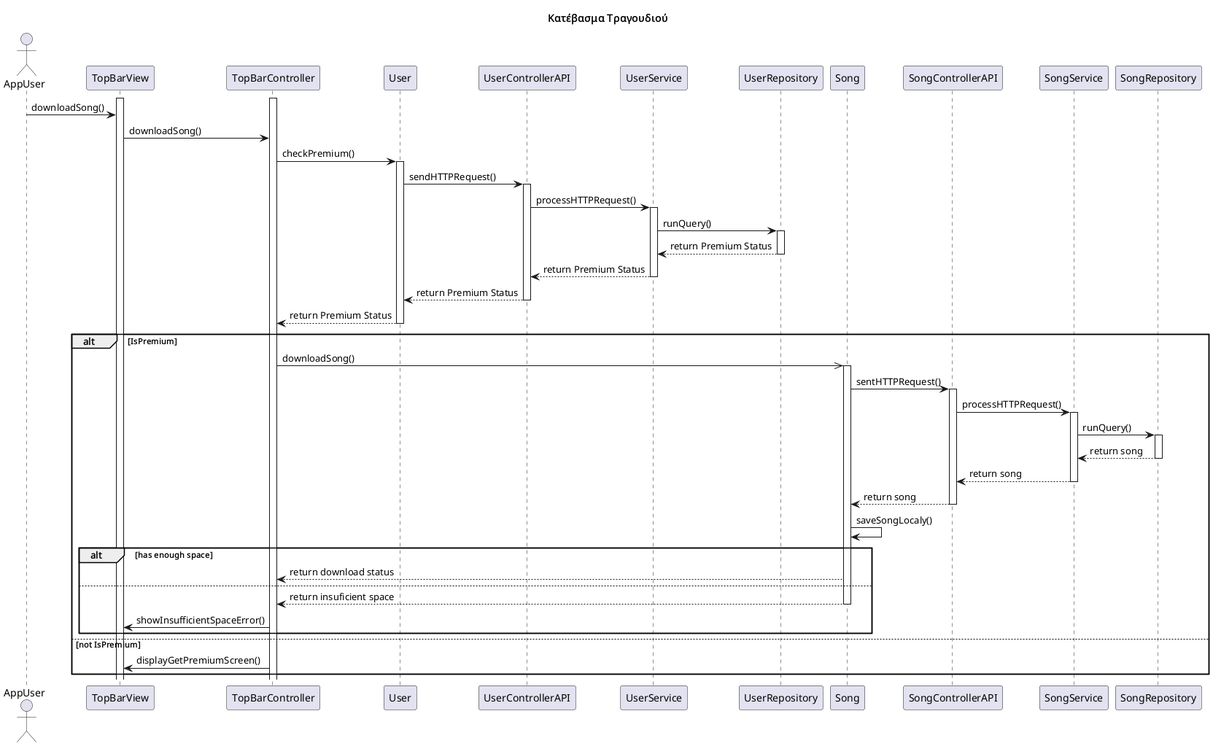
Earlier version of the PlantUML export Paradoteo_2/SequenceDiagrams/SequenceDiagram7.png (RubenKingCP/Tunix).
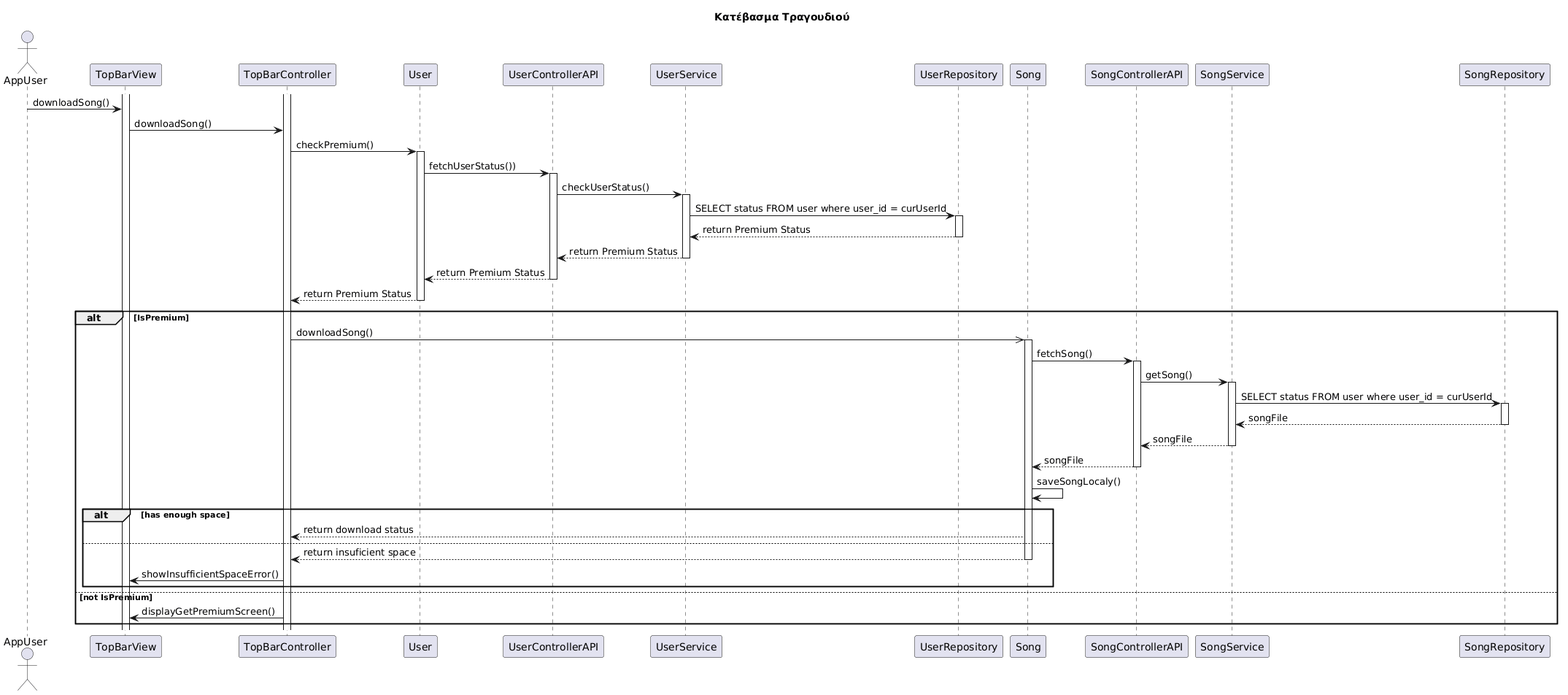
The same file after the commit.

Commit message:
Refactor rest of sequence diagrams

Diff of the diagram source:
```diff
@@ -1,5 +1,4 @@
-@startuml name
-
+@startuml
 title Κατέβασμα Τραγουδιού
 
 actor AppUser
@@ -20,11 +19,11 @@
 TopBarView -> TopBarController : downloadSong()
 TopBarController -> User : checkPremium()
 activate User
-User -> UserControllerAPI : sendHTTPRequest()
+User -> UserControllerAPI : fetchUserStatus())
 activate UserControllerAPI
-UserControllerAPI -> UserService : processHTTPRequest()
+UserControllerAPI -> UserService : checkUserStatus()
 activate UserService
-UserService -> UserRepository : runQuery()
+UserService -> UserRepository : SELECT status FROM user where user_id = curUserId
 activate UserRepository
 UserRepository --> UserService : return Premium Status
 deactivate UserRepository
@@ -37,17 +36,17 @@
 alt IsPremium
     TopBarController ->> Song : downloadSong()
     activate Song
-    Song -> SongControllerAPI : sentHTTPRequest()
+    Song -> SongControllerAPI : fetchSong()
     activate SongControllerAPI
-    SongControllerAPI -> SongService : processHTTPRequest()
+    SongControllerAPI -> SongService : getSong()
     activate SongService
-    SongService -> SongRepository : runQuery()
+    SongService -> SongRepository : SELECT status FROM user where user_id = curUserId
     activate SongRepository
-    SongRepository --> SongService : return song
+    SongRepository --> SongService : songFile
     deactivate SongRepository
-    SongService --> SongControllerAPI : return song
+    SongService --> SongControllerAPI : songFile
     deactivate SongService
-    SongControllerAPI --> Song : return song
+    SongControllerAPI --> Song : songFile
     deactivate SongControllerAPI
     Song -> Song : saveSongLocaly()
     alt has enough space
@@ -61,5 +60,4 @@
 else not IsPremium
     TopBarController -> TopBarView : displayGetPremiumScreen()
 end
-
 @enduml
```
